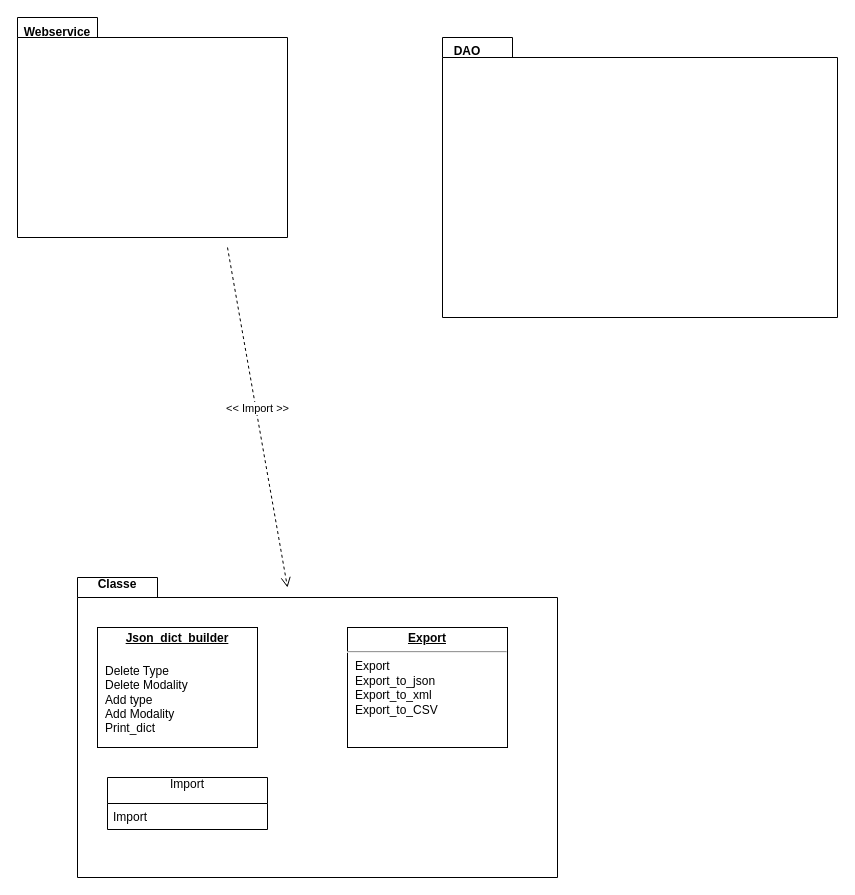
The draw.io diagram diagramme de paquetageV2.drawio in AdrienCortada/Projet-info-2A, before the edit. Source tidied: cells renumbered, new cells numbered last; positions are measured from the earlier drawing's top-left corner, leaving out a move shared by most shapes. Both pictures are drawn from the tidied source at 100%, with x=0, y=0 at pixel (17, 17).
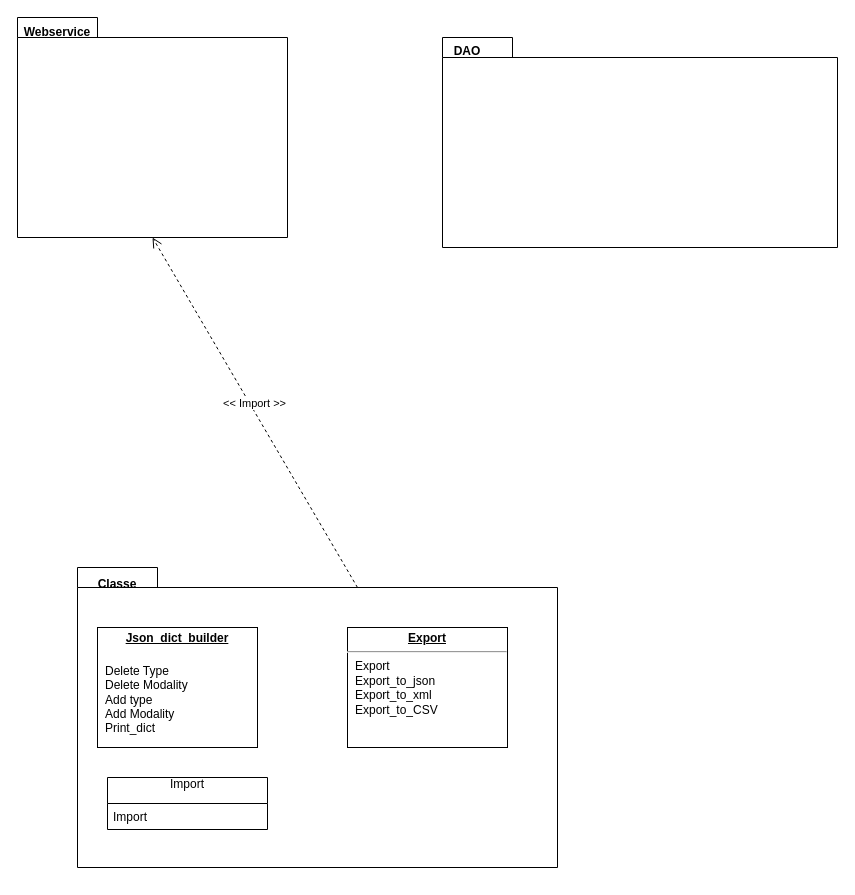
After the change.

The edit, as a diff of the source:
```diff
@@
 <mxGraphModel>
   <root>
     <mxCell id="0" />
     <mxCell id="1" parent="0" />
     <mxCell id="2" style="shape=folder;fontStyle=1;spacingTop=10;tabWidth=80;tabHeight=20;tabPosition=left;html=1;" parent="1" vertex="1">
       <mxGeometry width="270" height="220" as="geometry" />
     </mxCell>
     <mxCell id="3" value="Webservice&#10;" style="text;align=center;fontStyle=1;verticalAlign=middle;spacingLeft=3;spacingRight=3;strokeColor=none;" parent="1" vertex="1">
       <mxGeometry y="20" width="80" as="geometry" />
     </mxCell>
     <mxCell id="4" style="shape=folder;fontStyle=1;spacingTop=10;tabWidth=80;tabHeight=20;tabPosition=left;html=1;" parent="1" vertex="1">
-      <mxGeometry x="60" y="560" width="480" height="300" as="geometry" />
+      <mxGeometry x="60" y="550" width="480" height="300" as="geometry" />
     </mxCell>
     <mxCell id="5" value="Classe&#10;" style="text;align=center;fontStyle=1;verticalAlign=middle;spacingLeft=3;spacingRight=3;strokeColor=none;" parent="1" vertex="1">
       <mxGeometry x="60" y="560" width="80" height="26" as="geometry" />
     </mxCell>
     <mxCell id="6" style="shape=folder;fontStyle=1;spacingTop=10;tabWidth=70;tabHeight=20;tabPosition=left;html=1;" parent="1" vertex="1">
-      <mxGeometry x="425" y="20" width="395" height="280" as="geometry" />
+      <mxGeometry x="425" y="20" width="395" height="210" as="geometry" />
     </mxCell>
     <mxCell id="7" value="DAO" style="text;align=center;fontStyle=1;verticalAlign=middle;spacingLeft=3;spacingRight=3;strokeColor=none;" parent="1" vertex="1">
       <mxGeometry x="410" y="20" width="80" height="26" as="geometry" />
     </mxCell>
     <mxCell id="8" value="&lt;p style=&quot;margin: 0px ; margin-top: 4px ; text-align: center ; text-decoration: underline&quot;&gt;&lt;b&gt;Json_dict_builder&lt;/b&gt;&lt;/p&gt;&lt;p style=&quot;margin: 0px ; margin-top: 4px ; text-align: center ; text-decoration: underline&quot;&gt;&lt;b&gt;&lt;br&gt;&lt;/b&gt;&lt;/p&gt;&lt;p style=&quot;margin: 0px ; margin-left: 8px&quot;&gt;Delete Type&amp;nbsp;&lt;/p&gt;&lt;p style=&quot;margin: 0px ; margin-left: 8px&quot;&gt;Delete Modality&amp;nbsp;&lt;/p&gt;&lt;p style=&quot;margin: 0px ; margin-left: 8px&quot;&gt;Add type&amp;nbsp;&lt;/p&gt;&lt;p style=&quot;margin: 0px ; margin-left: 8px&quot;&gt;Add Modality&lt;/p&gt;&lt;p style=&quot;margin: 0px ; margin-left: 8px&quot;&gt;Print_dict&lt;/p&gt;&lt;p style=&quot;margin: 0px ; margin-left: 8px&quot;&gt;&lt;br&gt;&lt;/p&gt;&lt;p style=&quot;margin: 0px ; margin-left: 8px&quot;&gt;&lt;br&gt;&lt;br&gt;&lt;/p&gt;" style="verticalAlign=top;align=left;overflow=fill;fontSize=12;fontFamily=Helvetica;html=1;" parent="1" vertex="1">
       <mxGeometry x="80" y="610" width="160" height="120" as="geometry" />
     </mxCell>
     <mxCell id="9" value="&lt;p style=&quot;margin: 0px ; margin-top: 4px ; text-align: center ; text-decoration: underline&quot;&gt;&lt;b&gt;Export&lt;/b&gt;&lt;/p&gt;&lt;hr&gt;&lt;p style=&quot;margin: 0px ; margin-left: 8px&quot;&gt;Export&amp;nbsp;&lt;/p&gt;&lt;p style=&quot;margin: 0px ; margin-left: 8px&quot;&gt;Export_to_json&lt;/p&gt;&lt;p style=&quot;margin: 0px ; margin-left: 8px&quot;&gt;Export_to_xml&lt;/p&gt;&lt;p style=&quot;margin: 0px ; margin-left: 8px&quot;&gt;Export_to_CSV&lt;/p&gt;" style="verticalAlign=top;align=left;overflow=fill;fontSize=12;fontFamily=Helvetica;html=1;" parent="1" vertex="1">
       <mxGeometry x="330" y="610" width="160" height="120" as="geometry" />
     </mxCell>
     <mxCell id="10" value="Import&#10;" style="swimlane;fontStyle=0;horizontal=1;startSize=26;fillColor=none;" parent="1" vertex="1">
       <mxGeometry x="90" y="760" width="160" height="52" as="geometry" />
     </mxCell>
     <mxCell id="11" value="Import" style="text;strokeColor=none;fillColor=none;align=left;verticalAlign=top;spacingLeft=4;spacingRight=4;overflow=hidden;" parent="10" vertex="1">
       <mxGeometry y="26" width="160" height="26" as="geometry" />
     </mxCell>
-    <mxCell id="12" value="&amp;lt;&amp;lt; Import &amp;gt;&amp;gt;" style="html=1;verticalAlign=bottom;endArrow=open;dashed=1;endSize=8;" parent="1" edge="1">
-      <mxGeometry relative="1" as="geometry">
-        <mxPoint x="210" y="230" as="sourcePoint" />
-        <mxPoint x="270" y="570" as="targetPoint" />
-      </mxGeometry>
+    <mxCell id="12" value="&amp;lt;&amp;lt; Import &amp;gt;&amp;gt;" style="html=1;verticalAlign=bottom;endArrow=open;dashed=1;endSize=8;entryX=0.5;entryY=1;entryDx=0;entryDy=0;entryPerimeter=0;exitX=0;exitY=0;exitDx=280;exitDy=20;exitPerimeter=0;" parent="1" edge="1" source="4" target="2">
+      <mxGeometry relative="1" as="geometry" />
     </mxCell>
   </root>
 </mxGraphModel>
```
